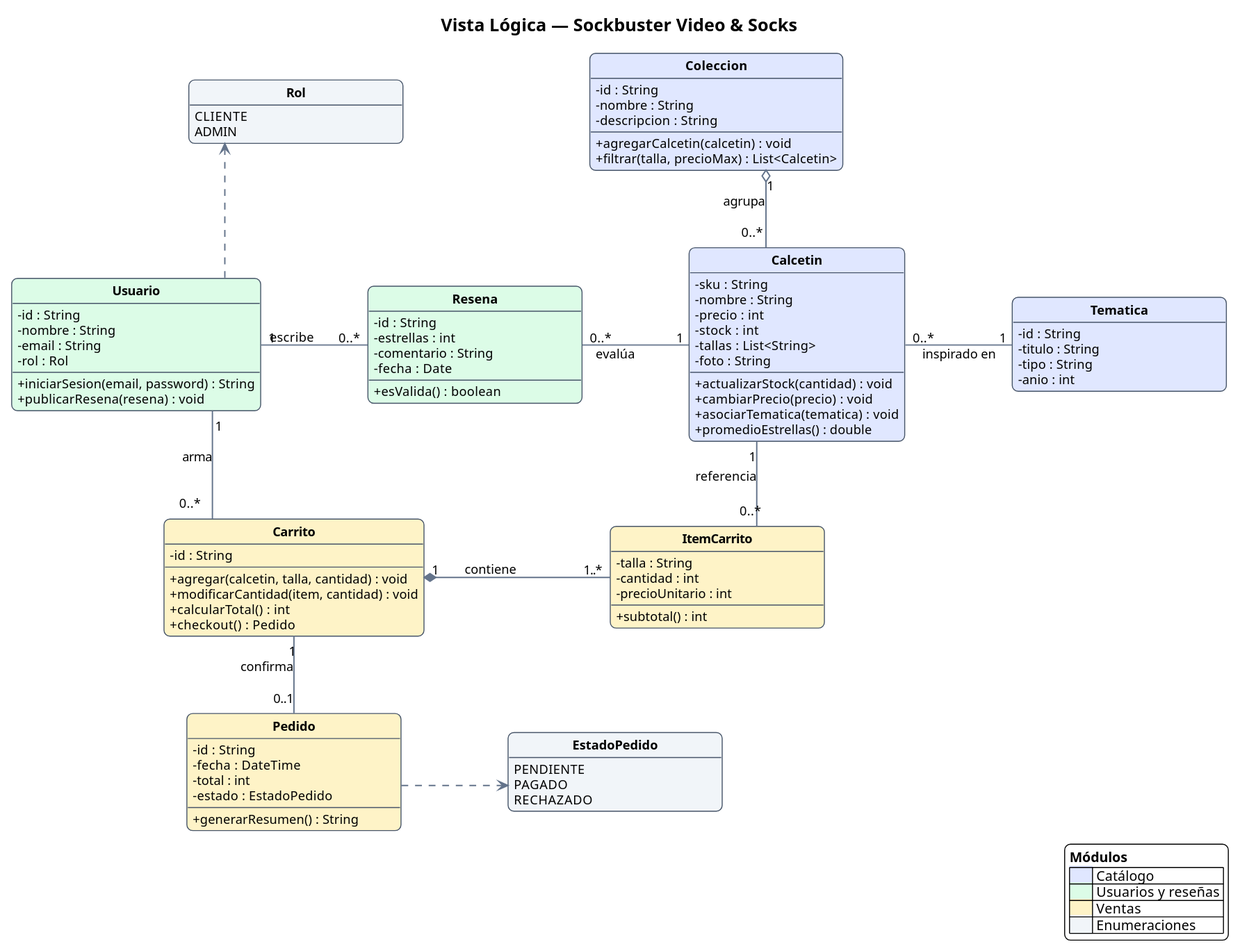
anthia333/sockbuster keeps this PlantUML diagram as diagramas/clases.svg. Above is the earlier version.
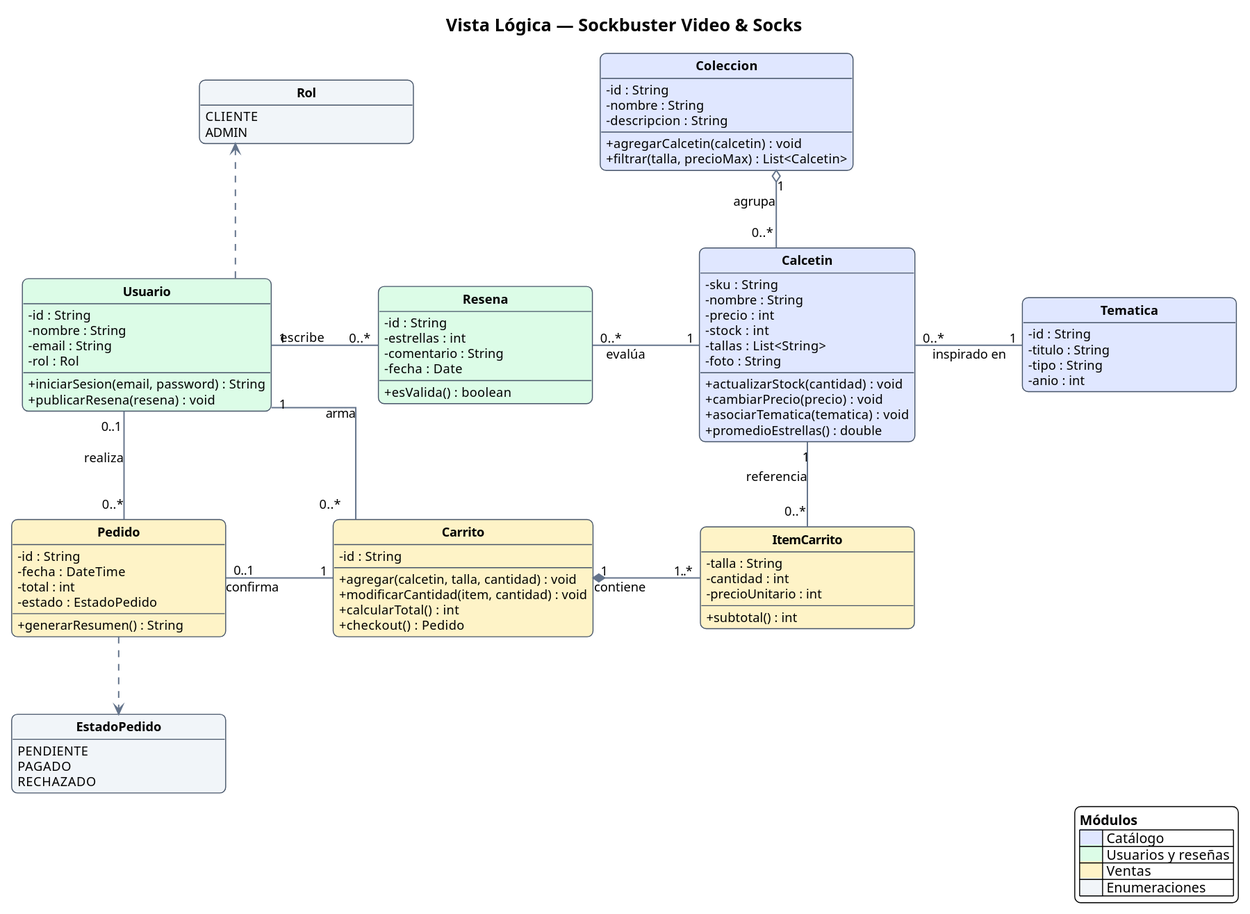
Later version of the same file.

Commit message:
Vista lógica: Usuario realiza Pedido. Vista física: servidor web y entornos de alojamiento explícitos

What changed in the source:
```diff
@@ -112,8 +112,8 @@
 Calcetin "1" -down- "0..*" ItemCarrito : referencia
 Carrito "1" *-right- "1..*" ItemCarrito : contiene
 
-Carrito "1" -down- "0..1" Pedido : confirma
-Pedido -[hidden]right- EstadoPedido
+Usuario "0..1" -down- "0..*" Pedido : realiza
+Pedido "0..1" -right- "1" Carrito : confirma
 Pedido ..> EstadoPedido
 
 legend bottom right
```
